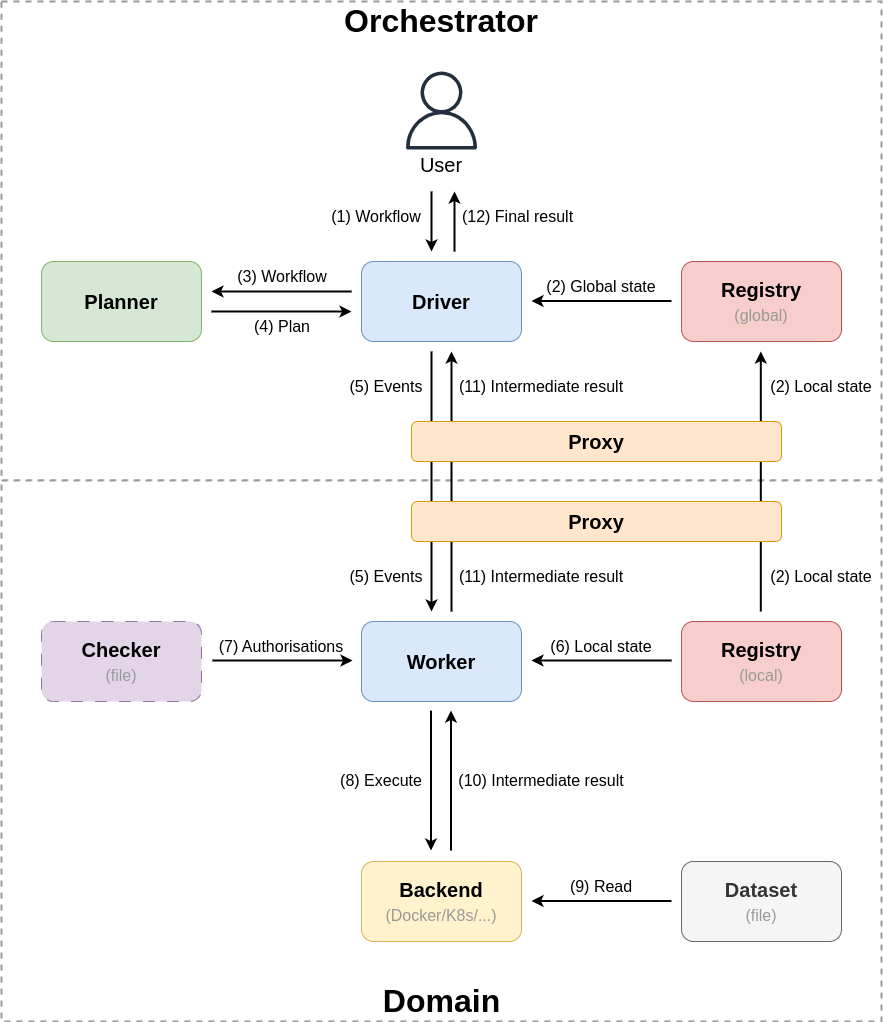
epi-project/brane-documentation keeps this draw.io diagram as specification/src/assets/diagrams/Services.png. Above is the earlier version. Source tidied: cells renumbered, new cells last; positions are measured from the earlier drawing's top-left corner, leaving out a move shared by most shapes.
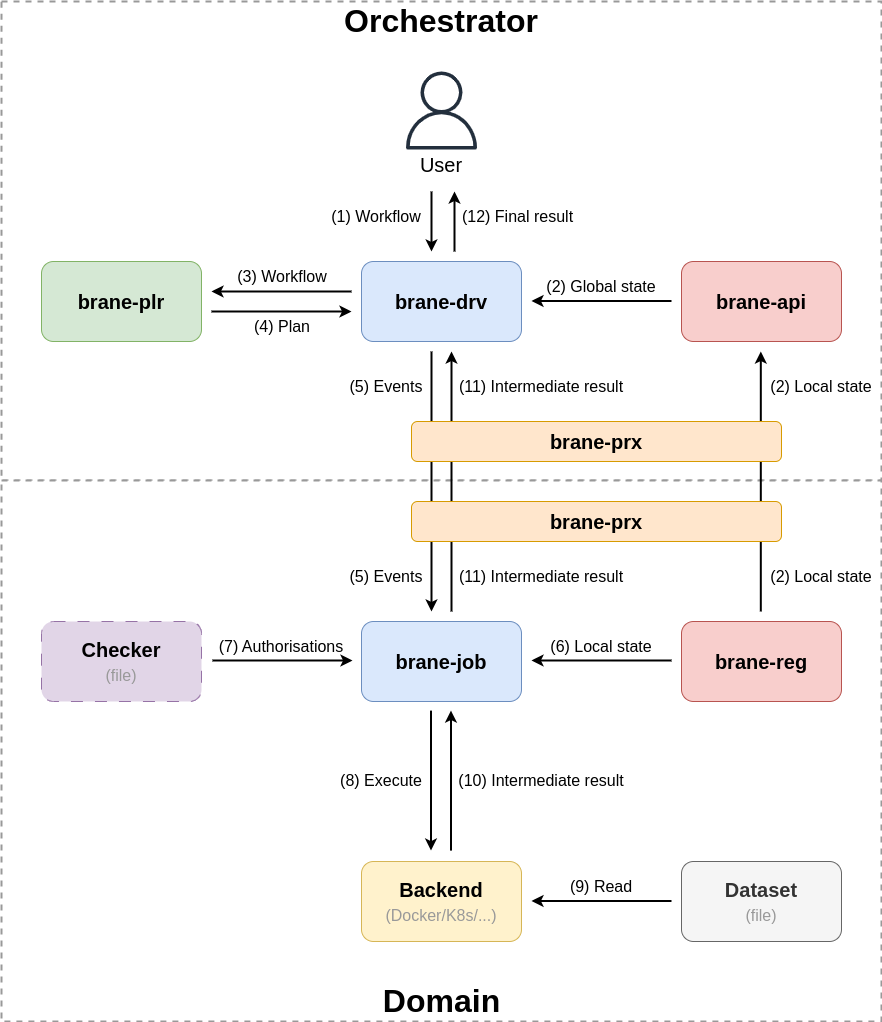
The same diagram one commit later.

Commit message:
Brought up-to-date with new structure

Change to the diagram source:
```diff
@@ -8,13 +8,13 @@
     <mxCell id="3" style="rounded=0;whiteSpace=wrap;html=1;fillColor=default;dashed=1;strokeWidth=2;strokeColor=#999999;" parent="1" vertex="1">
       <mxGeometry y="479.1" width="880" height="540.9" as="geometry" />
     </mxCell>
-    <mxCell id="4" value="Driver" style="rounded=1;whiteSpace=wrap;html=1;fillColor=#dae8fc;strokeColor=#6c8ebf;fontSize=20;fontStyle=1;" parent="1" vertex="1">
+    <mxCell id="4" value="brane-drv" style="rounded=1;whiteSpace=wrap;html=1;fillColor=#dae8fc;strokeColor=#6c8ebf;fontSize=20;fontStyle=1;" parent="1" vertex="1">
       <mxGeometry x="360" y="260" width="160" height="80" as="geometry" />
     </mxCell>
-    <mxCell id="5" value="Planner" style="rounded=1;whiteSpace=wrap;html=1;fillColor=#d5e8d4;strokeColor=#82b366;fontSize=20;fontStyle=1;" parent="1" vertex="1">
+    <mxCell id="5" value="brane-plr" style="rounded=1;whiteSpace=wrap;html=1;fillColor=#d5e8d4;strokeColor=#82b366;fontSize=20;fontStyle=1;" parent="1" vertex="1">
       <mxGeometry x="40" y="260" width="160" height="80" as="geometry" />
     </mxCell>
-    <mxCell id="6" value="Registry&lt;br&gt;&lt;span style=&quot;font-weight: normal;&quot;&gt;&lt;font color=&quot;#999999&quot; style=&quot;font-size: 16px;&quot;&gt;(global)&lt;/font&gt;&lt;/span&gt;" style="rounded=1;whiteSpace=wrap;html=1;fillColor=#f8cecc;strokeColor=#b85450;fontSize=20;fontStyle=1;" parent="1" vertex="1">
+    <mxCell id="6" value="brane-api" style="rounded=1;whiteSpace=wrap;html=1;fillColor=#f8cecc;strokeColor=#b85450;fontSize=20;fontStyle=1;" parent="1" vertex="1">
       <mxGeometry x="680" y="260" width="160" height="80" as="geometry" />
     </mxCell>
     <mxCell id="7" style="sketch=0;fontColor=#232F3E;gradientColor=none;fillColor=#232F3D;strokeColor=none;dashed=0;verticalLabelPosition=bottom;verticalAlign=top;align=center;html=1;fontSize=12;fontStyle=0;shape=mxgraph.aws4.user;" parent="1" vertex="1">
@@ -53,10 +53,10 @@
         <mxPoint x="210" y="310" as="targetPoint" />
       </mxGeometry>
     </mxCell>
-    <mxCell id="14" value="Worker" style="rounded=1;whiteSpace=wrap;html=1;fillColor=#dae8fc;strokeColor=#6c8ebf;fontSize=20;fontStyle=1;" parent="1" vertex="1">
+    <mxCell id="14" value="brane-job" style="rounded=1;whiteSpace=wrap;html=1;fillColor=#dae8fc;strokeColor=#6c8ebf;fontSize=20;fontStyle=1;" parent="1" vertex="1">
       <mxGeometry x="360" y="620" width="160" height="80" as="geometry" />
     </mxCell>
-    <mxCell id="15" value="Registry&lt;br&gt;&lt;span style=&quot;font-weight: normal;&quot;&gt;&lt;font color=&quot;#999999&quot; style=&quot;font-size: 16px;&quot;&gt;(local)&lt;/font&gt;&lt;/span&gt;" style="rounded=1;whiteSpace=wrap;html=1;fillColor=#f8cecc;strokeColor=#b85450;fontSize=20;fontStyle=1;" parent="1" vertex="1">
+    <mxCell id="15" value="brane-reg" style="rounded=1;whiteSpace=wrap;html=1;fillColor=#f8cecc;strokeColor=#b85450;fontSize=20;fontStyle=1;" parent="1" vertex="1">
       <mxGeometry x="680" y="620" width="160" height="80" as="geometry" />
     </mxCell>
     <mxCell id="16" value="Backend&lt;br&gt;&lt;span style=&quot;font-weight: normal;&quot;&gt;&lt;font color=&quot;#999999&quot; style=&quot;font-size: 16px;&quot;&gt;(Docker/K8s/...)&lt;/font&gt;&lt;/span&gt;" style="rounded=1;whiteSpace=wrap;html=1;fillColor=#fff2cc;strokeColor=#d6b656;fontSize=20;fontStyle=1;" parent="1" vertex="1">
@@ -161,10 +161,10 @@
     <mxCell id="41" value="(2) Local state" style="text;html=1;strokeColor=none;fillColor=none;align=center;verticalAlign=middle;whiteSpace=wrap;rounded=0;fontSize=16;" parent="1" vertex="1">
       <mxGeometry x="760" y="560" width="120" height="30" as="geometry" />
     </mxCell>
-    <mxCell id="42" value="Proxy" style="rounded=1;whiteSpace=wrap;html=1;fillColor=#ffe6cc;strokeColor=#d79b00;fontSize=20;fontStyle=1;" parent="1" vertex="1">
+    <mxCell id="42" value="brane-prx" style="rounded=1;whiteSpace=wrap;html=1;fillColor=#ffe6cc;strokeColor=#d79b00;fontSize=20;fontStyle=1;" parent="1" vertex="1">
       <mxGeometry x="410" y="500" width="370" height="40" as="geometry" />
     </mxCell>
-    <mxCell id="43" value="Proxy" style="rounded=1;whiteSpace=wrap;html=1;fillColor=#ffe6cc;strokeColor=#d79b00;fontSize=20;fontStyle=1;" parent="1" vertex="1">
+    <mxCell id="43" value="brane-prx" style="rounded=1;whiteSpace=wrap;html=1;fillColor=#ffe6cc;strokeColor=#d79b00;fontSize=20;fontStyle=1;" parent="1" vertex="1">
       <mxGeometry x="410" y="420" width="370" height="40" as="geometry" />
     </mxCell>
     <mxCell id="44" value="(5) Events" style="text;html=1;strokeColor=none;fillColor=none;align=center;verticalAlign=middle;whiteSpace=wrap;rounded=0;fontSize=16;" parent="1" vertex="1">
```
